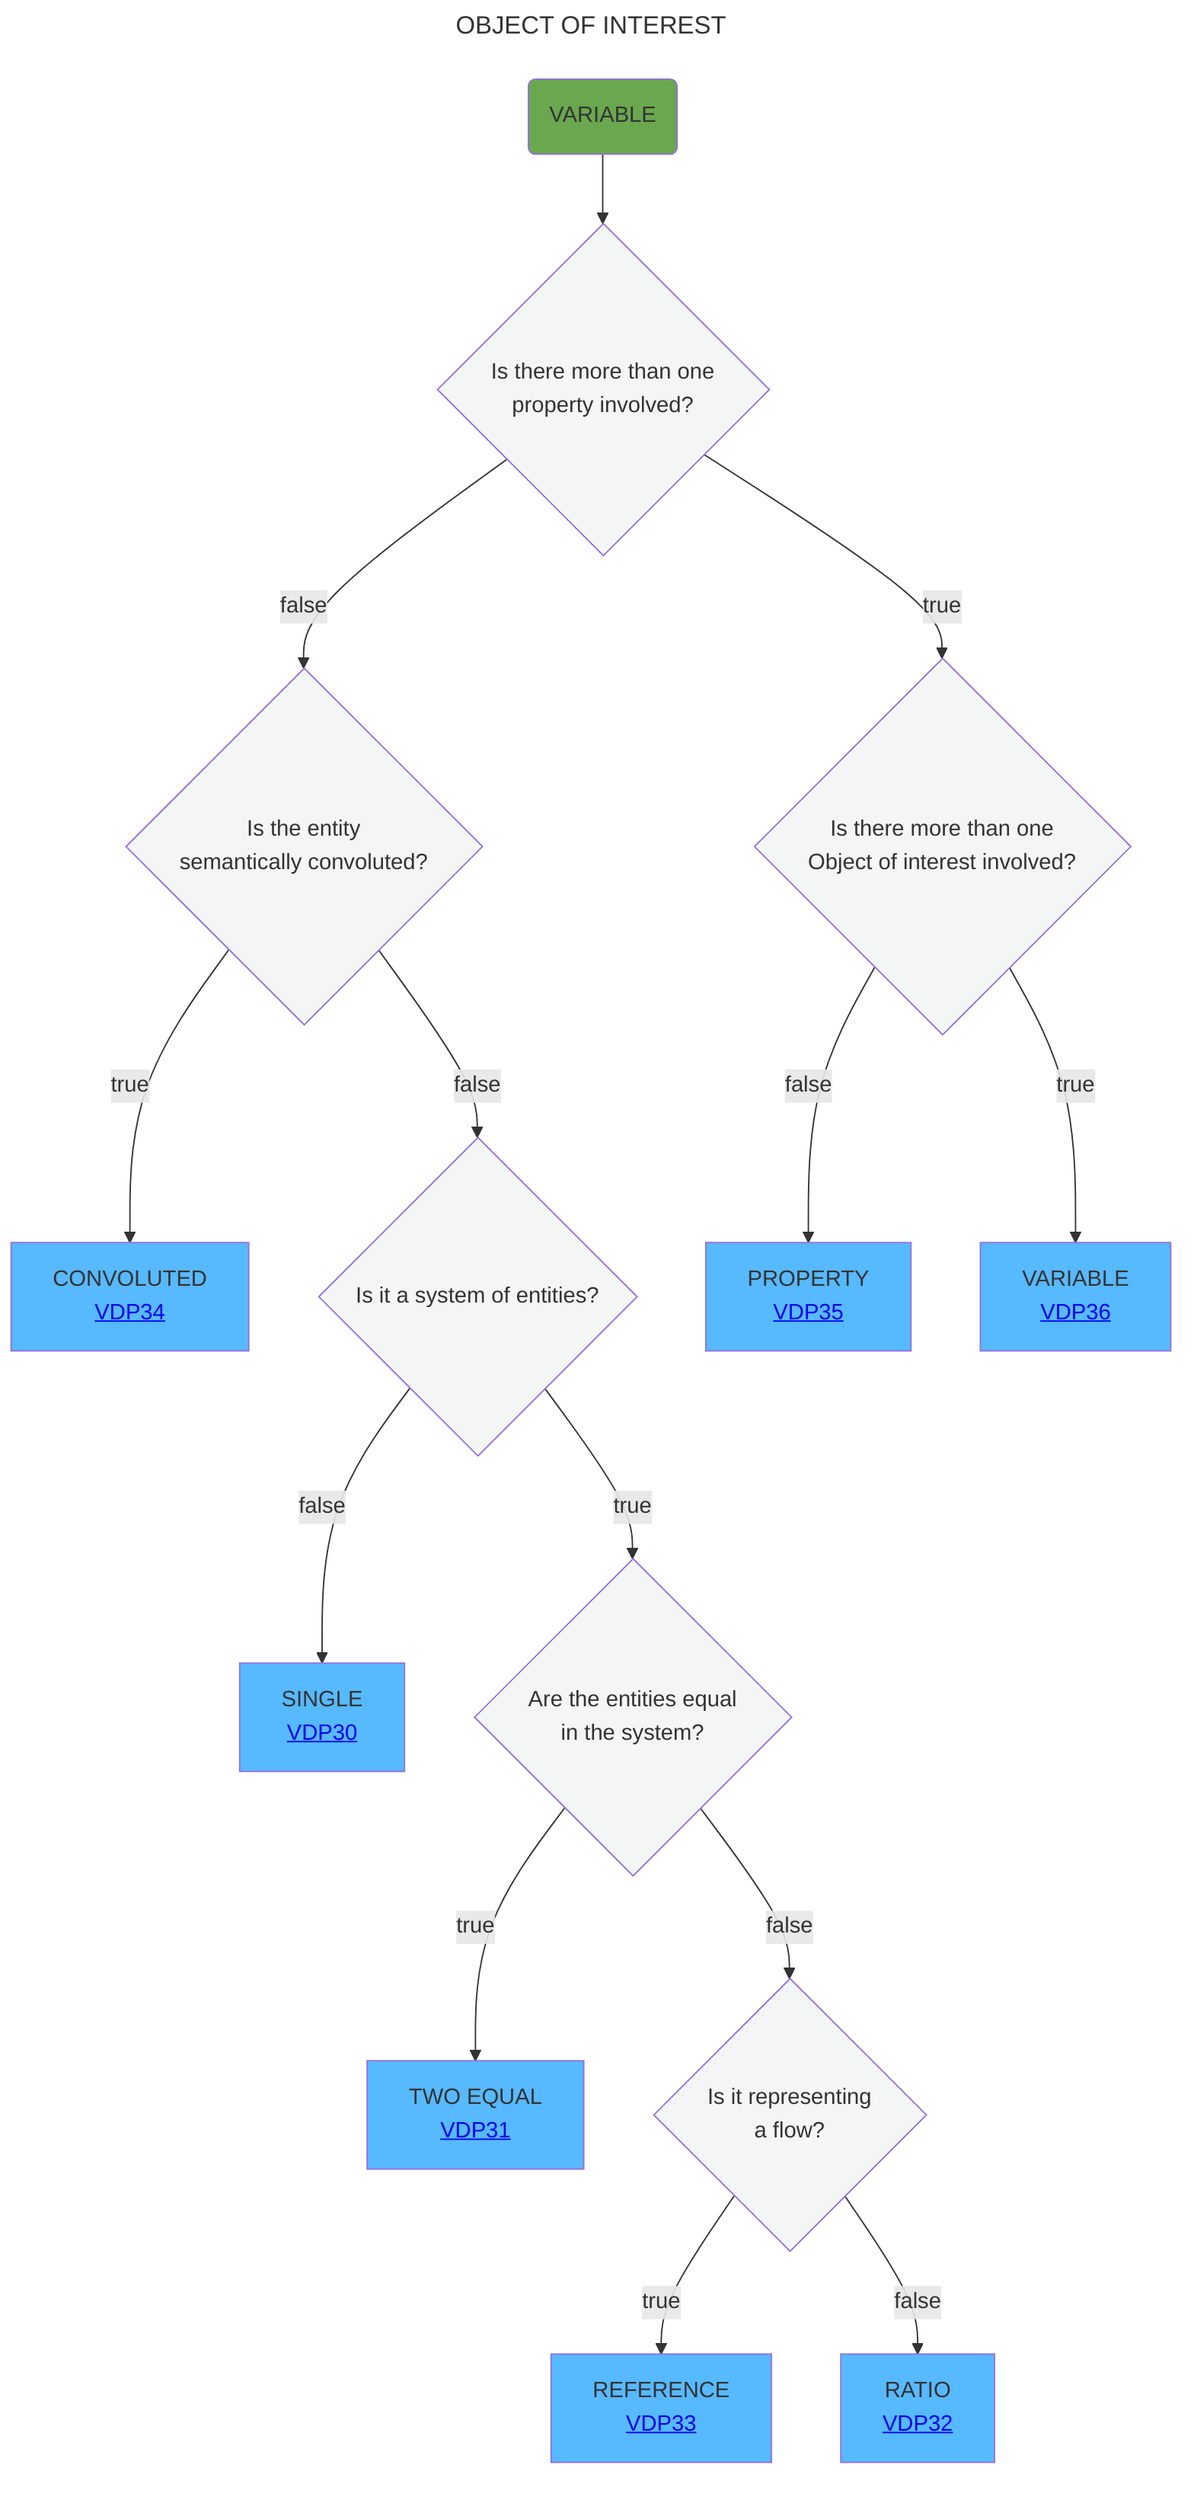
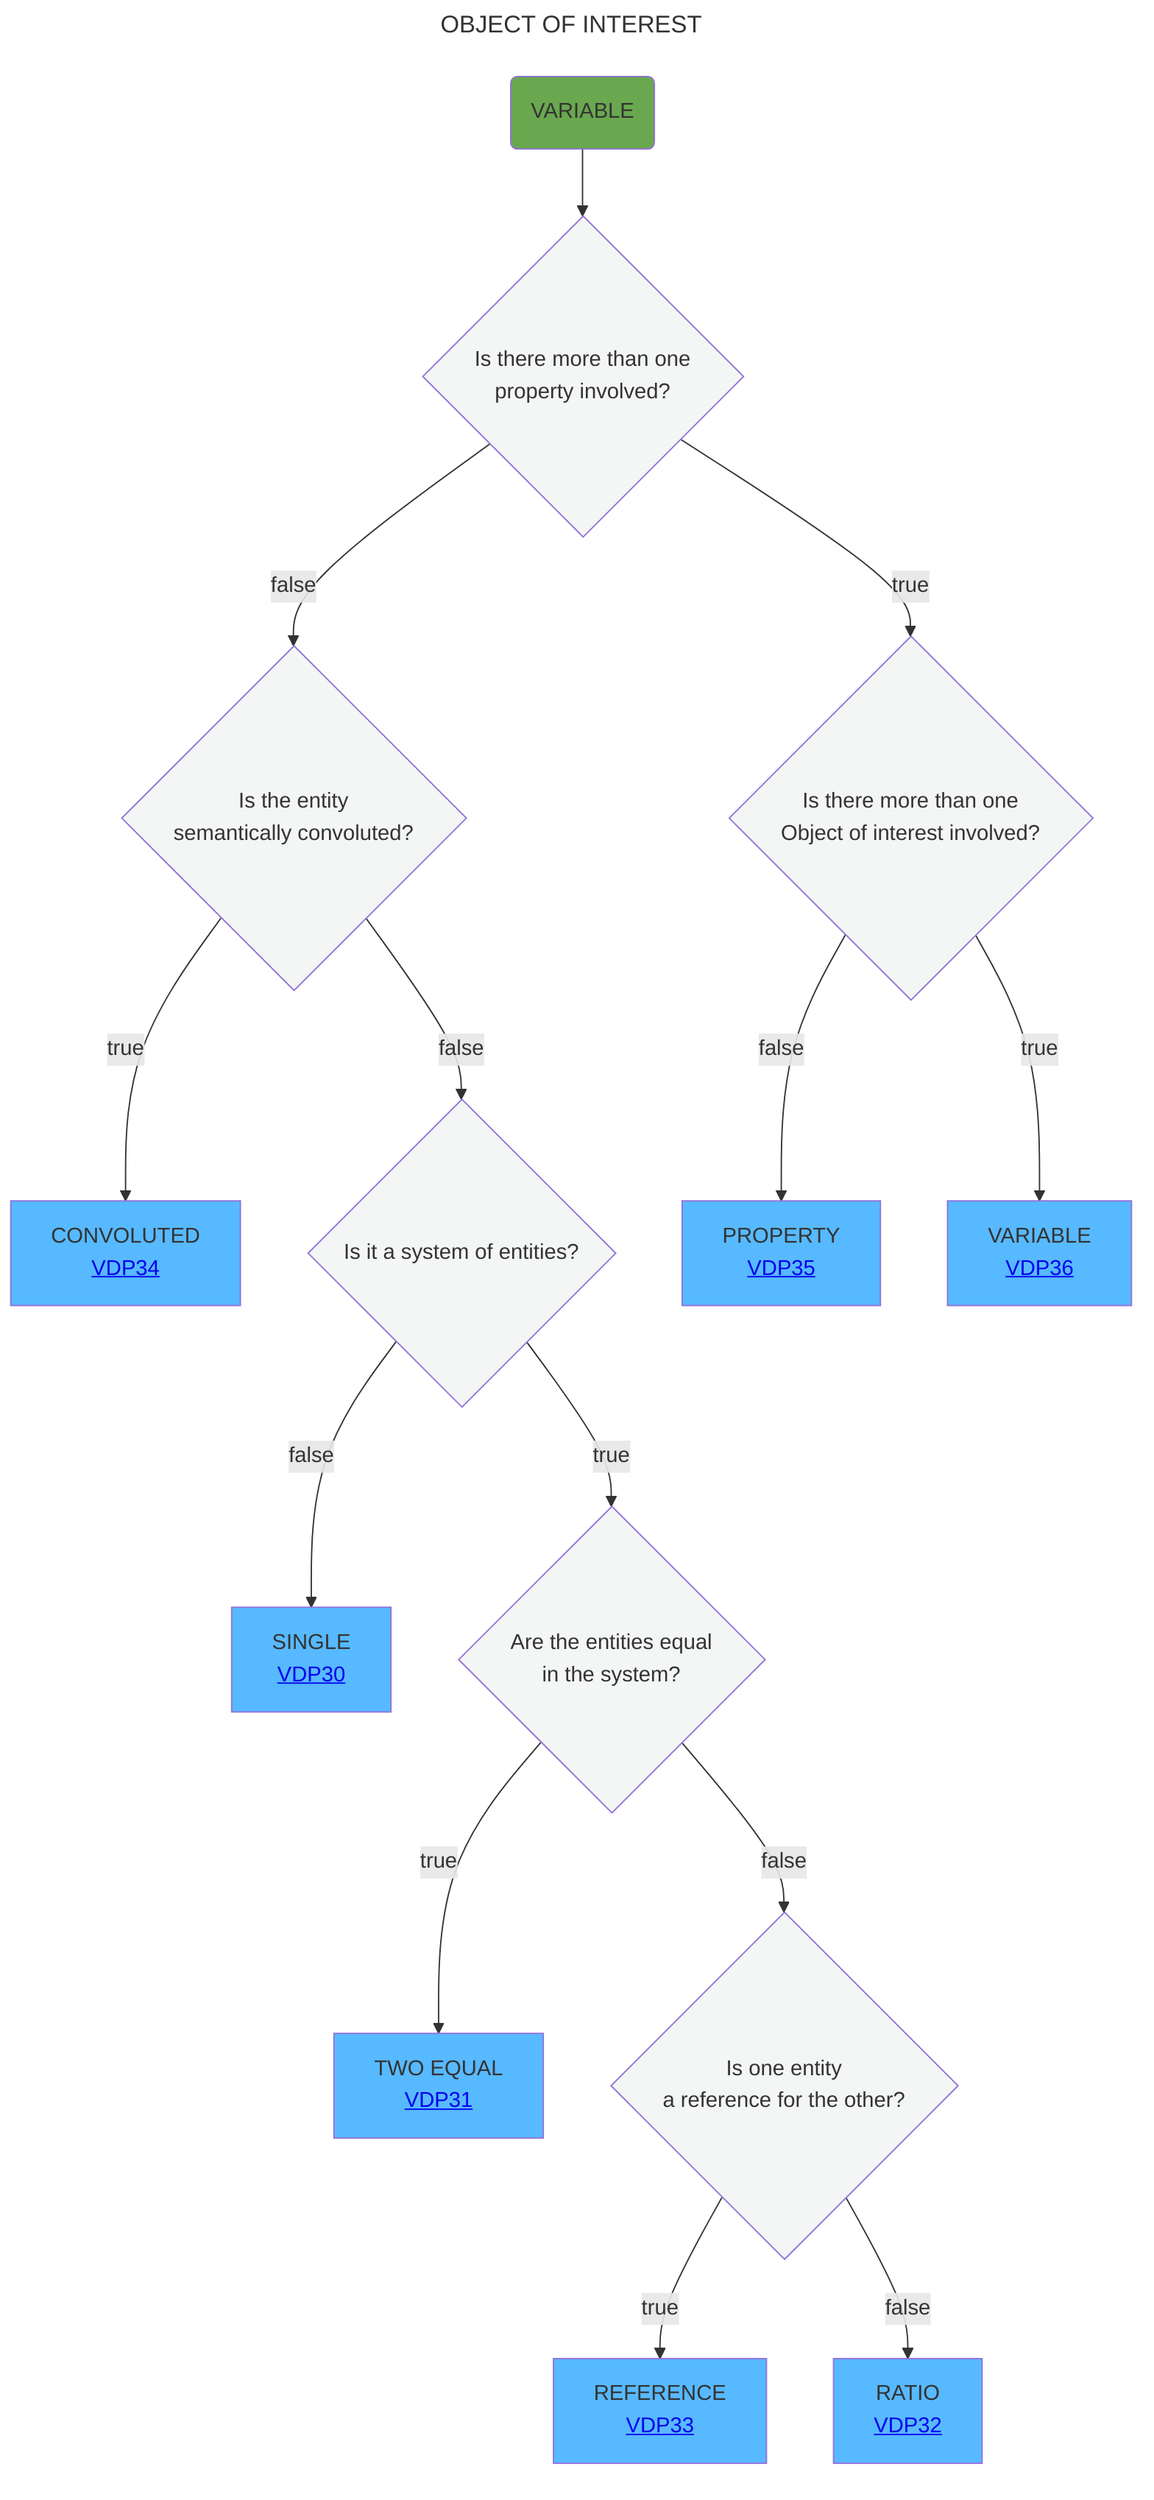
---
title: OBJECT OF INTEREST
---
flowchart TD
    A(VARIABLE):::green --> AB{Is there more than one <br> property involved?}:::white
    AB --> |false|B{Is the entity <br> semantically convoluted?}:::white
    AB --> |true|O{Is there more than one <br> Object of interest involved?}:::white
    B --> |true|C[CONVOLUTED <br> <a href='https://github.com/mabablue/I-ADOPT-patterns-playground/blob/main/pattern/VDP34.yaml'>VDP34</a>]:::satblue
    B --> |false|D{Is it a system of entities?}:::white
    D --> |false|E[SINGLE <br> <a href='https://github.com/mabablue/I-ADOPT-patterns-playground/blob/main/pattern/VDP30.yaml'>VDP30</a>]:::satblue
    D --> |true|F{Are the entities equal <br> in the system?}:::white
    F --> |true|G[TWO EQUAL <br> <a href='https://github.com/mabablue/I-ADOPT-patterns-playground/blob/main/pattern/VDP31.yaml'>VDP31</a>]:::satblue
-     F --> |false|H{Is it representing <br> a flow?}:::white
+     F --> |false|H{Is one entity <br> a reference for the other?}:::white
    H --> |true|I[REFERENCE <br> <a href='https://github.com/mabablue/I-ADOPT-patterns-playground/blob/main/pattern/VDP33.yaml'>VDP33</a>]:::satblue
    H --> |false|J[RATIO <br> <a href='https://github.com/mabablue/I-ADOPT-patterns-playground/blob/main/pattern/VDP32.yaml'>VDP32</a>]:::satblue
    O --> |false|Q[PROPERTY <br> <a href='https://github.com/mabablue/I-ADOPT-patterns-playground/blob/main/pattern/VDP35.yaml'>VDP35</a>]:::satblue
    O --> |true|R[VARIABLE <br> <a href='https://github.com/mabablue/I-ADOPT-patterns-playground/blob/main/pattern/VDP36.yaml'>VDP36</a>]:::satblue
   classDef blue fill:#90D5FF
   classDef satblue fill:#57B9FF
   classDef white fill:#f3f6f4
   classDef green fill:#6aa84f
